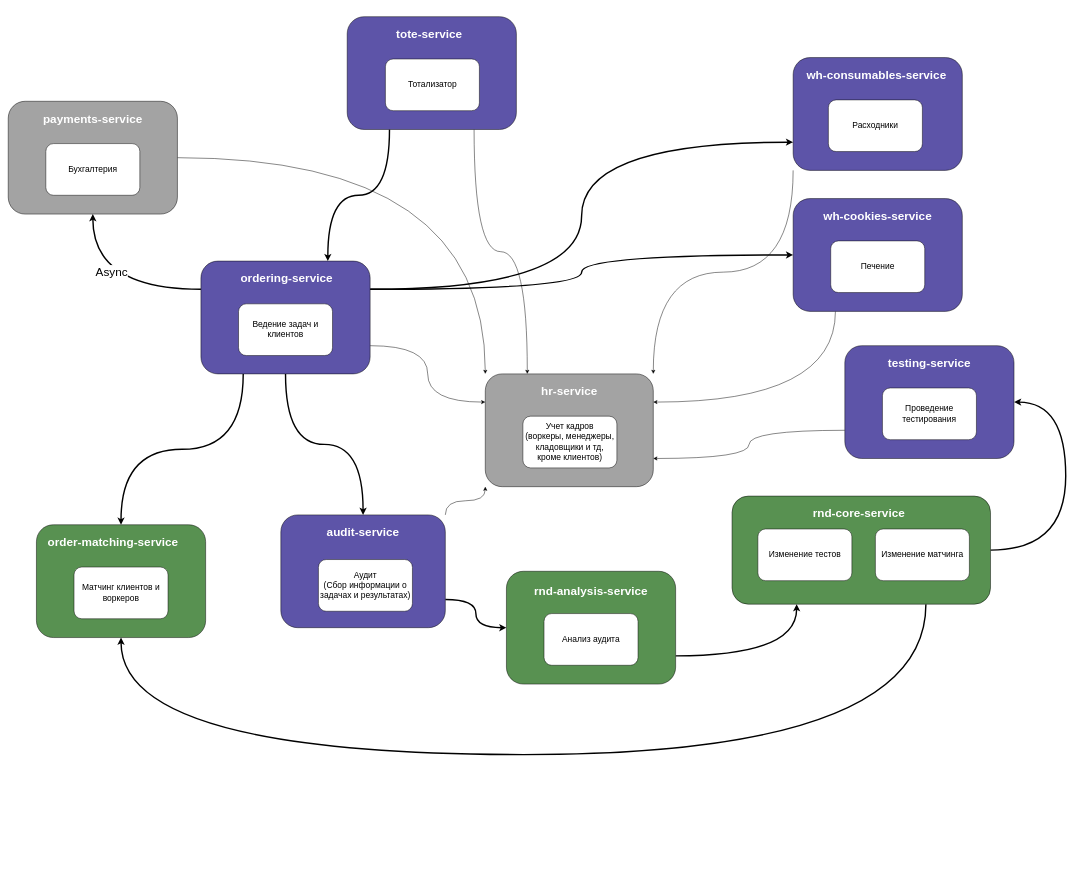
Before: lesson02/assets/HW2_Service_Model.drawio in DmitriiZheleznikov/sa3_hw, a draw.io diagram. Source tidied: cells renumbered, new cells numbered last; positions are measured from the earlier drawing's top-left corner, leaving out a move shared by most shapes. Both pictures are drawn from the tidied source at 47%, with x=0, y=0 at pixel (8, 16).
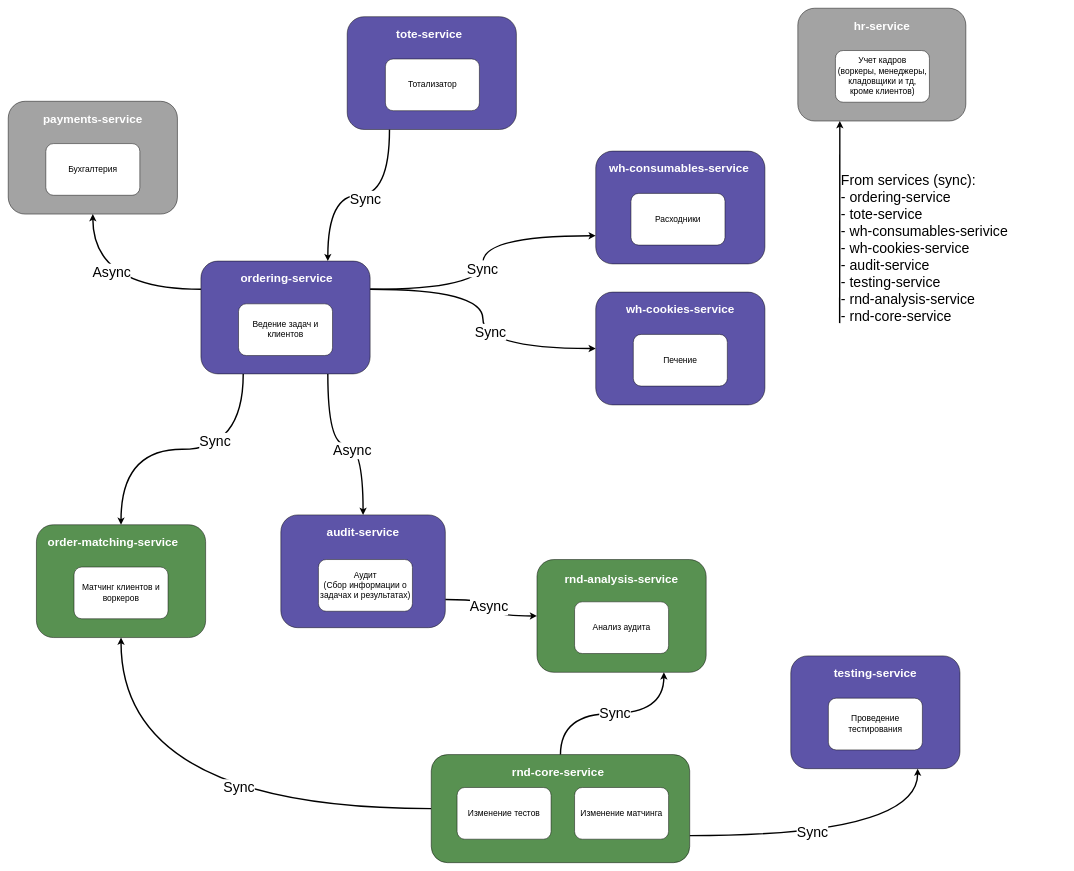
Above is the later version.

Unchanged cells that the change refers to:
```xml
<mxCell id="5" style="edgeStyle=orthogonalEdgeStyle;rounded=0;jettySize=auto;html=1;exitX=1;exitY=0.75;exitDx=0;exitDy=0;entryX=0;entryY=0.5;entryDx=0;entryDy=0;strokeWidth=3;targetPerimeterSpacing=0;curved=1;" parent="1" edge="1" source="7" target="51">
  <mxGeometry relative="1" as="geometry" />
</mxCell>
<mxCell id="7" style="rounded=1;whiteSpace=wrap;html=1;fillColor=#5D54A8;" parent="1" vertex="1">
  <mxGeometry x="580" y="1060" width="350" height="240" as="geometry" />
</mxCell>
<mxCell id="20" style="rounded=1;whiteSpace=wrap;html=1;fillColor=#589151;" parent="1" vertex="1">
  <mxGeometry x="60" y="1081" width="360" height="240" as="geometry" />
</mxCell>
<mxCell id="23" style="edgeStyle=orthogonalEdgeStyle;rounded=0;jettySize=auto;html=1;exitX=0.25;exitY=1;exitDx=0;exitDy=0;entryX=0.75;entryY=0;entryDx=0;entryDy=0;strokeWidth=3;curved=1;" parent="1" edge="1" source="25" target="43">
  <mxGeometry relative="1" as="geometry" />
</mxCell>
<mxCell id="25" style="rounded=1;whiteSpace=wrap;html=1;fillColor=#5D54A8;" parent="1" vertex="1">
  <mxGeometry x="721.2" width="360" height="240" as="geometry" />
</mxCell>
<mxCell id="29" style="rounded=1;whiteSpace=wrap;html=1;fillColor=#A3A3A3;" parent="1" vertex="1">
  <mxGeometry y="180" width="360" height="240" as="geometry" />
</mxCell>
<mxCell id="37" style="edgeStyle=orthogonalEdgeStyle;rounded=0;jettySize=auto;html=1;exitX=0.25;exitY=1;exitDx=0;exitDy=0;entryX=0.5;entryY=0;entryDx=0;entryDy=0;strokeWidth=3;curved=1;" parent="1" edge="1" source="43" target="20">
  <mxGeometry relative="1" as="geometry" />
</mxCell>
<mxCell id="38" style="edgeStyle=orthogonalEdgeStyle;rounded=0;jettySize=auto;html=1;exitX=1;exitY=0.25;exitDx=0;exitDy=0;entryX=0;entryY=0.75;entryDx=0;entryDy=0;strokeWidth=3;elbow=vertical;curved=1;" parent="1" edge="1" source="43" target="33">
  <mxGeometry relative="1" as="geometry" />
</mxCell>
<mxCell id="39" style="edgeStyle=orthogonalEdgeStyle;rounded=0;jettySize=auto;html=1;exitX=1;exitY=0.25;exitDx=0;exitDy=0;entryX=0;entryY=0.5;entryDx=0;entryDy=0;strokeWidth=3;curved=1;" parent="1" edge="1" source="43" target="47">
  <mxGeometry relative="1" as="geometry" />
</mxCell>
<mxCell id="41" style="edgeStyle=orthogonalEdgeStyle;rounded=0;jettySize=auto;html=1;exitX=0;exitY=0.25;exitDx=0;exitDy=0;entryX=0.5;entryY=1;entryDx=0;entryDy=0;strokeWidth=3;curved=1;" parent="1" edge="1" source="43" target="29">
  <mxGeometry relative="1" as="geometry" />
</mxCell>
<mxCell id="43" style="rounded=1;whiteSpace=wrap;html=1;fillColor=#5D54A8;" parent="1" vertex="1">
  <mxGeometry x="410" y="520" width="360" height="240" as="geometry" />
</mxCell>
```

Diff of the diagram source:
```diff
@@
+    <mxCell id="3" style="edgeStyle=orthogonalEdgeStyle;rounded=0;jettySize=auto;html=1;exitX=0;exitY=0.5;exitDx=0;exitDy=0;entryX=0.5;entryY=1;entryDx=0;entryDy=0;strokeWidth=3;curved=1;" parent="1" edge="1" source="4" target="20">
+      <mxGeometry relative="1" as="geometry">
+        <Array as="points">
+          <mxPoint x="240" y="1685" />
+        </Array>
+      </mxGeometry>
+    </mxCell>
+    <mxCell id="54" value="&lt;font style=&quot;font-size: 30px;&quot;&gt;Sync&lt;/font&gt;" style="edgeLabel;html=1;align=center;verticalAlign=middle;" parent="3" vertex="1">
+      <mxGeometry x="-0.2" y="-46" relative="1" as="geometry" />
+    </mxCell>
-    <mxCell id="2" style="edgeStyle=orthogonalEdgeStyle;rounded=0;jettySize=auto;html=1;exitX=1;exitY=0.5;exitDx=0;exitDy=0;entryX=1;entryY=0.5;entryDx=0;entryDy=0;strokeWidth=3;curved=1;" parent="1" edge="1" source="4" target="13">
-      <mxGeometry relative="1" as="geometry">
-        <Array as="points">
-          <mxPoint x="2250" y="1135" />
-          <mxPoint x="2250" y="820" />
-        </Array>
-      </mxGeometry>
+    <mxCell id="2" style="edgeStyle=orthogonalEdgeStyle;rounded=0;jettySize=auto;html=1;exitX=1;exitY=0.75;exitDx=0;exitDy=0;entryX=0.75;entryY=1;entryDx=0;entryDy=0;strokeWidth=3;curved=1;" parent="1" edge="1" source="4" target="13">
+      <mxGeometry relative="1" as="geometry" />
     </mxCell>
-    <mxCell id="3" style="edgeStyle=orthogonalEdgeStyle;rounded=0;jettySize=auto;html=1;exitX=0.75;exitY=1;exitDx=0;exitDy=0;entryX=0.5;entryY=1;entryDx=0;entryDy=0;strokeWidth=3;curved=1;" parent="1" edge="1" source="4" target="20">
-      <mxGeometry relative="1" as="geometry">
-        <Array as="points">
-          <mxPoint x="1952" y="1570" />
-          <mxPoint x="240" y="1570" />
-        </Array>
-      </mxGeometry>
-    </mxCell>
+    <mxCell id="55" value="&lt;font style=&quot;font-size: 30px;&quot;&gt;Sync&lt;/font&gt;" style="edgeLabel;html=1;align=center;verticalAlign=middle;" parent="2" vertex="1">
+      <mxGeometry x="-0.17" y="8" relative="1" as="geometry" />
+    </mxCell>
     <mxCell id="4" style="rounded=1;whiteSpace=wrap;html=1;fillColor=#589151;" parent="1" vertex="1">
-      <mxGeometry x="1540" y="1020" width="550" height="230" as="geometry" />
+      <mxGeometry x="900" y="1570" width="550" height="230" as="geometry" />
     </mxCell>
@@
-    <mxCell id="6" style="edgeStyle=orthogonalEdgeStyle;rounded=0;jettySize=auto;html=1;exitX=1;exitY=0;exitDx=0;exitDy=0;entryX=0;entryY=1;entryDx=0;entryDy=0;curved=1;" parent="1" edge="1" source="7" target="8">
-      <mxGeometry relative="1" as="geometry" />
-    </mxCell>
+    <mxCell id="56" value="&lt;font style=&quot;font-size: 30px;&quot;&gt;Async&lt;/font&gt;" style="edgeLabel;html=1;align=center;verticalAlign=middle;" parent="5" vertex="1">
+      <mxGeometry x="-0.03" y="-5" relative="1" as="geometry" />
+    </mxCell>
+    <mxCell id="40" style="edgeStyle=orthogonalEdgeStyle;rounded=0;jettySize=auto;html=1;exitX=0.75;exitY=1;exitDx=0;exitDy=0;strokeWidth=3;curved=1;" parent="1" edge="1" source="43" target="7">
+      <mxGeometry relative="1" as="geometry" />
+    </mxCell>
+    <mxCell id="57" value="&lt;font style=&quot;font-size: 30px;&quot;&gt;Async&lt;/font&gt;" style="edgeLabel;html=1;align=center;verticalAlign=middle;" parent="40" vertex="1">
+      <mxGeometry x="0.07" y="-12" relative="1" as="geometry" />
+    </mxCell>
@@
     <mxCell id="8" style="rounded=1;whiteSpace=wrap;html=1;fillColor=#A3A3A3;" parent="1" vertex="1">
-      <mxGeometry x="1015" y="760" width="357.5" height="240" as="geometry" />
+      <mxGeometry x="1680" y="-18" width="357.5" height="240" as="geometry" />
     </mxCell>
     <mxCell id="9" value="&lt;font style=&quot;font-size: 18px;&quot;&gt;Изменение тестов&lt;/font&gt;" style="rounded=1;whiteSpace=wrap;html=1;" parent="1" vertex="1">
-      <mxGeometry x="1595" y="1090" width="200" height="110" as="geometry" />
+      <mxGeometry x="955" y="1640" width="200" height="110" as="geometry" />
     </mxCell>
     <mxCell id="10" value="&lt;font style=&quot;font-size: 18px;&quot;&gt;Изменение матчинга&lt;/font&gt;" style="rounded=1;whiteSpace=wrap;html=1;" parent="1" vertex="1">
-      <mxGeometry x="1845" y="1090" width="200" height="110" as="geometry" />
+      <mxGeometry x="1205" y="1640" width="200" height="110" as="geometry" />
     </mxCell>
     <mxCell id="11" value="&lt;b&gt;&lt;font color=&quot;#ffffff&quot; style=&quot;font-size: 25px;&quot;&gt;rnd-core-service&lt;/font&gt;&lt;/b&gt;" style="text;html=1;align=center;verticalAlign=middle;whiteSpace=wrap;rounded=0;" parent="1" vertex="1">
-      <mxGeometry x="1700" y="1040" width="220" height="30" as="geometry" />
+      <mxGeometry x="1060" y="1590" width="220" height="30" as="geometry" />
     </mxCell>
-    <mxCell id="12" style="edgeStyle=orthogonalEdgeStyle;rounded=0;jettySize=auto;html=1;exitX=0;exitY=0.75;exitDx=0;exitDy=0;entryX=1;entryY=0.75;entryDx=0;entryDy=0;curved=1;" parent="1" edge="1" source="13" target="8">
-      <mxGeometry relative="1" as="geometry" />
-    </mxCell>
     <mxCell id="13" style="rounded=1;whiteSpace=wrap;html=1;fillColor=#5D54A8;" parent="1" vertex="1">
-      <mxGeometry x="1780" y="700" width="360" height="240" as="geometry" />
+      <mxGeometry x="1665" y="1360" width="360" height="240" as="geometry" />
     </mxCell>
     <mxCell id="14" value="&lt;font style=&quot;font-size: 18px;&quot;&gt;Проведение тестирования&lt;/font&gt;" style="rounded=1;whiteSpace=wrap;html=1;" parent="1" vertex="1">
-      <mxGeometry x="1860" y="790" width="200" height="110" as="geometry" />
+      <mxGeometry x="1745" y="1450" width="200" height="110" as="geometry" />
     </mxCell>
     <mxCell id="15" value="&lt;font color=&quot;#ffffff&quot;&gt;&lt;span style=&quot;font-size: 25px;&quot;&gt;&lt;b&gt;testing-service&lt;/b&gt;&lt;/span&gt;&lt;/font&gt;" style="text;html=1;align=center;verticalAlign=middle;whiteSpace=wrap;rounded=0;" parent="1" vertex="1">
-      <mxGeometry x="1810" y="721" width="300" height="30" as="geometry" />
+      <mxGeometry x="1695" y="1381" width="300" height="30" as="geometry" />
     </mxCell>
@@
     <mxCell id="18" value="&lt;font color=&quot;#ffffff&quot;&gt;&lt;span style=&quot;font-size: 25px;&quot;&gt;&lt;b&gt;hr-service&lt;/b&gt;&lt;/span&gt;&lt;/font&gt;" style="text;html=1;align=center;verticalAlign=middle;whiteSpace=wrap;rounded=0;" parent="1" vertex="1">
-      <mxGeometry x="1055" y="781" width="277.5" height="30" as="geometry" />
+      <mxGeometry x="1720" y="3" width="277.5" height="30" as="geometry" />
     </mxCell>
     <mxCell id="19" value="&lt;font style=&quot;font-size: 18px;&quot;&gt;Учет кадров&lt;/font&gt;&lt;div&gt;&lt;font style=&quot;font-size: 18px;&quot;&gt;(воркеры, менеджеры, кладовщики и тд, кроме клиентов)&lt;/font&gt;&lt;/div&gt;" style="rounded=1;whiteSpace=wrap;html=1;" parent="1" vertex="1">
-      <mxGeometry x="1095" y="850" width="200" height="110" as="geometry" />
+      <mxGeometry x="1760" y="72" width="200" height="110" as="geometry" />
     </mxCell>
@@
-    <mxCell id="24" style="edgeStyle=orthogonalEdgeStyle;rounded=0;jettySize=auto;html=1;exitX=0.75;exitY=1;exitDx=0;exitDy=0;entryX=0.25;entryY=0;entryDx=0;entryDy=0;strokeWidth=1;curved=1;" parent="1" edge="1" source="25" target="8">
-      <mxGeometry relative="1" as="geometry" />
-    </mxCell>
+    <mxCell id="58" value="&lt;font style=&quot;font-size: 30px;&quot;&gt;Sync&lt;/font&gt;" style="edgeLabel;html=1;align=center;verticalAlign=middle;" parent="23" vertex="1">
+      <mxGeometry x="-0.07" y="7" relative="1" as="geometry">
+        <mxPoint x="-1" as="offset" />
+      </mxGeometry>
+    </mxCell>
@@
-    <mxCell id="28" style="edgeStyle=orthogonalEdgeStyle;rounded=0;jettySize=auto;html=1;exitX=1;exitY=0.5;exitDx=0;exitDy=0;entryX=0;entryY=0;entryDx=0;entryDy=0;strokeWidth=1;curved=1;" parent="1" edge="1" source="29" target="8">
-      <mxGeometry relative="1" as="geometry" />
-    </mxCell>
@@
-    <mxCell id="32" style="edgeStyle=orthogonalEdgeStyle;rounded=0;jettySize=auto;html=1;exitX=0;exitY=1;exitDx=0;exitDy=0;entryX=1;entryY=0;entryDx=0;entryDy=0;curved=1;" parent="1" edge="1" source="33" target="8">
-      <mxGeometry relative="1" as="geometry" />
-    </mxCell>
     <mxCell id="33" style="rounded=1;whiteSpace=wrap;html=1;fillColor=#5D54A8;" parent="1" vertex="1">
-      <mxGeometry x="1670" y="87" width="360" height="240" as="geometry" />
+      <mxGeometry x="1250" y="286" width="360" height="240" as="geometry" />
     </mxCell>
     <mxCell id="34" value="&lt;font color=&quot;#ffffff&quot;&gt;&lt;span style=&quot;font-size: 25px;&quot;&gt;&lt;b&gt;wh-consumables-service&lt;/b&gt;&lt;/span&gt;&lt;/font&gt;" style="text;html=1;align=center;verticalAlign=middle;whiteSpace=wrap;rounded=0;" parent="1" vertex="1">
-      <mxGeometry x="1695" y="108" width="305" height="30" as="geometry" />
+      <mxGeometry x="1275" y="307" width="305" height="30" as="geometry" />
     </mxCell>
     <mxCell id="35" value="&lt;span style=&quot;font-size: 18px;&quot;&gt;Расходники&lt;/span&gt;" style="rounded=1;whiteSpace=wrap;html=1;" parent="1" vertex="1">
-      <mxGeometry x="1745" y="177" width="200" height="110" as="geometry" />
+      <mxGeometry x="1325" y="376" width="200" height="110" as="geometry" />
     </mxCell>
-    <mxCell id="36" style="edgeStyle=orthogonalEdgeStyle;rounded=0;jettySize=auto;html=1;exitX=1;exitY=0.75;exitDx=0;exitDy=0;entryX=0;entryY=0.25;entryDx=0;entryDy=0;curved=1;strokeWidth=1;" parent="1" edge="1" source="43" target="8">
-      <mxGeometry relative="1" as="geometry" />
-    </mxCell>
@@
+    <mxCell id="59" value="&lt;font style=&quot;font-size: 30px;&quot;&gt;Sync&lt;/font&gt;" style="edgeLabel;html=1;align=center;verticalAlign=middle;" parent="37" vertex="1">
+      <mxGeometry x="-0.24" y="-18" relative="1" as="geometry" />
+    </mxCell>
@@
+    <mxCell id="60" value="&lt;font style=&quot;font-size: 30px;&quot;&gt;Sync&lt;/font&gt;" style="edgeLabel;html=1;align=center;verticalAlign=middle;" parent="38" vertex="1">
+      <mxGeometry x="-0.04" y="2" relative="1" as="geometry" />
+    </mxCell>
@@
-    <mxCell id="40" style="edgeStyle=orthogonalEdgeStyle;rounded=0;jettySize=auto;html=1;exitX=0.5;exitY=1;exitDx=0;exitDy=0;entryX=0.5;entryY=0;entryDx=0;entryDy=0;strokeWidth=3;curved=1;" parent="1" edge="1" source="43" target="7">
-      <mxGeometry relative="1" as="geometry" />
-    </mxCell>
+    <mxCell id="61" value="&lt;font style=&quot;font-size: 30px;&quot;&gt;Sync&lt;/font&gt;" style="edgeLabel;html=1;align=center;verticalAlign=middle;" parent="39" vertex="1">
+      <mxGeometry x="0.09" y="15" relative="1" as="geometry" />
+    </mxCell>
@@
-    <mxCell id="42" value="&lt;font style=&quot;font-size: 25px;&quot;&gt;Async&lt;/font&gt;" style="edgeLabel;html=1;align=center;verticalAlign=middle;" parent="41" vertex="1">
+    <mxCell id="42" value="&lt;font style=&quot;font-size: 30px;&quot;&gt;Async&lt;/font&gt;" style="edgeLabel;html=1;align=center;verticalAlign=middle;" parent="41" vertex="1">
       <mxGeometry x="-0.03" y="-38" relative="1" as="geometry">
         <mxPoint x="-2" as="offset" />
       </mxGeometry>
     </mxCell>
@@
-    <mxCell id="46" style="edgeStyle=orthogonalEdgeStyle;rounded=0;jettySize=auto;html=1;exitX=0.25;exitY=1;exitDx=0;exitDy=0;entryX=1;entryY=0.25;entryDx=0;entryDy=0;curved=1;" parent="1" edge="1" source="47" target="8">
-      <mxGeometry relative="1" as="geometry" />
-    </mxCell>
     <mxCell id="47" style="rounded=1;whiteSpace=wrap;html=1;fillColor=#5D54A8;" parent="1" vertex="1">
-      <mxGeometry x="1670" y="387" width="360" height="240" as="geometry" />
+      <mxGeometry x="1250" y="586" width="360" height="240" as="geometry" />
     </mxCell>
     <mxCell id="48" value="&lt;font color=&quot;#ffffff&quot;&gt;&lt;span style=&quot;font-size: 25px;&quot;&gt;&lt;b&gt;wh-cookies-service&lt;/b&gt;&lt;/span&gt;&lt;/font&gt;" style="text;html=1;align=center;verticalAlign=middle;whiteSpace=wrap;rounded=0;" parent="1" vertex="1">
-      <mxGeometry x="1700" y="408" width="300" height="30" as="geometry" />
+      <mxGeometry x="1280" y="607" width="300" height="30" as="geometry" />
     </mxCell>
     <mxCell id="49" value="&lt;font style=&quot;font-size: 18px;&quot;&gt;Печение&lt;/font&gt;" style="rounded=1;whiteSpace=wrap;html=1;" parent="1" vertex="1">
-      <mxGeometry x="1750" y="477" width="200" height="110" as="geometry" />
+      <mxGeometry x="1330" y="676" width="200" height="110" as="geometry" />
     </mxCell>
-    <mxCell id="50" style="edgeStyle=orthogonalEdgeStyle;rounded=0;jettySize=auto;html=1;exitX=1;exitY=0.75;exitDx=0;exitDy=0;entryX=0.25;entryY=1;entryDx=0;entryDy=0;strokeWidth=3;curved=1;" parent="1" edge="1" source="51" target="4">
+    <mxCell id="50" style="edgeStyle=orthogonalEdgeStyle;rounded=0;jettySize=auto;html=1;entryX=0.75;entryY=1;entryDx=0;entryDy=0;strokeWidth=3;curved=1;exitX=0.5;exitY=0;exitDx=0;exitDy=0;" parent="1" edge="1" source="4" target="51">
       <mxGeometry relative="1" as="geometry" />
     </mxCell>
+    <mxCell id="62" value="&lt;font style=&quot;font-size: 30px;&quot;&gt;Sync&lt;/font&gt;" style="edgeLabel;html=1;align=center;verticalAlign=middle;" parent="50" vertex="1">
+      <mxGeometry x="0.03" y="1" relative="1" as="geometry" />
+    </mxCell>
     <mxCell id="51" style="rounded=1;whiteSpace=wrap;html=1;fillColor=#589151;" parent="1" vertex="1">
-      <mxGeometry x="1060" y="1180" width="360" height="240" as="geometry" />
+      <mxGeometry x="1125" y="1155" width="360" height="240" as="geometry" />
     </mxCell>
     <mxCell id="52" value="&lt;font color=&quot;#ffffff&quot;&gt;&lt;span style=&quot;font-size: 25px;&quot;&gt;&lt;b&gt;rnd-analysis-service&lt;/b&gt;&lt;/span&gt;&lt;/font&gt;" style="text;html=1;align=center;verticalAlign=middle;whiteSpace=wrap;rounded=0;" parent="1" vertex="1">
-      <mxGeometry x="1081.2" y="1206" width="317.5" height="30" as="geometry" />
+      <mxGeometry x="1146.2" y="1181" width="317.5" height="30" as="geometry" />
     </mxCell>
     <mxCell id="53" value="&lt;font style=&quot;font-size: 18px;&quot;&gt;Анализ аудита&lt;/font&gt;" style="rounded=1;whiteSpace=wrap;html=1;" parent="1" vertex="1">
-      <mxGeometry x="1140" y="1270" width="200" height="110" as="geometry" />
+      <mxGeometry x="1205" y="1245" width="200" height="110" as="geometry" />
     </mxCell>
+    <mxCell id="63" style="endArrow=classic;html=1;rounded=0;entryX=0.25;entryY=1;entryDx=0;entryDy=0;strokeWidth=3;" parent="1" edge="1" target="8">
+      <mxGeometry relative="1" as="geometry">
+        <mxPoint x="1769" y="652" as="sourcePoint" />
+      </mxGeometry>
+    </mxCell>
+    <mxCell id="64" value="&lt;font style=&quot;font-size: 30px;&quot;&gt;From services (sync):&lt;/font&gt;&lt;div&gt;&lt;font style=&quot;font-size: 30px;&quot;&gt;- ordering-service&lt;/font&gt;&lt;/div&gt;&lt;div&gt;&lt;font style=&quot;font-size: 30px;&quot;&gt;- tote-service&lt;/font&gt;&lt;/div&gt;&lt;div&gt;&lt;font style=&quot;font-size: 30px;&quot;&gt;- wh-consumables-serivice&lt;/font&gt;&lt;/div&gt;&lt;div&gt;&lt;font style=&quot;font-size: 30px;&quot;&gt;- wh-cookies-service&lt;/font&gt;&lt;/div&gt;&lt;div&gt;&lt;font style=&quot;font-size: 30px;&quot;&gt;- audit-service&lt;/font&gt;&lt;/div&gt;&lt;div&gt;&lt;font style=&quot;font-size: 30px;&quot;&gt;- testing-service&lt;/font&gt;&lt;/div&gt;&lt;div&gt;&lt;font style=&quot;font-size: 30px;&quot;&gt;- rnd-analysis-service&lt;/font&gt;&lt;/div&gt;&lt;div&gt;&lt;font style=&quot;font-size: 30px;&quot;&gt;- rnd-core-service&lt;/font&gt;&lt;/div&gt;" style="text;html=1;align=left;verticalAlign=middle;strokeColor=none;fillColor=none;" parent="1" vertex="1">
+      <mxGeometry x="1770" y="324" width="373" height="336" as="geometry" />
+    </mxCell>
```
